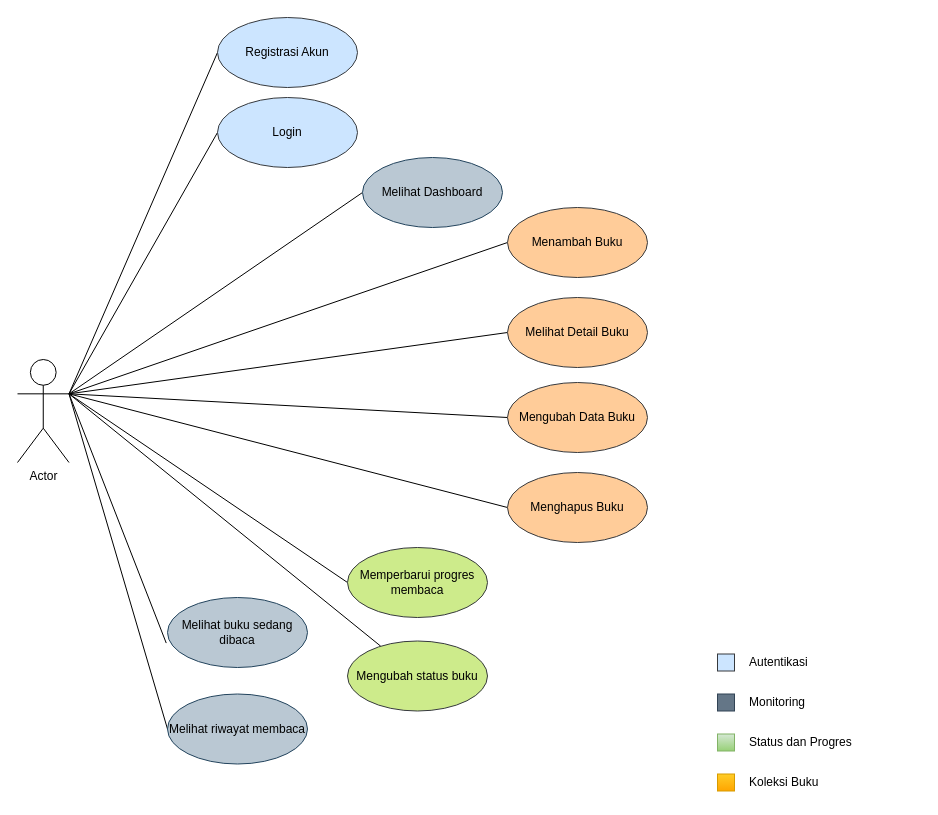
dandyramadhan/kel4_RPL_R7P keeps this draw.io diagram as UML/USECASE DIAGRAM/USECASE DIAGRAM.drawio. Above is the earlier version. Source tidied: cells renumbered, new cells numbered last; positions are measured from the earlier drawing's top-left corner, leaving out a move shared by most shapes. Both pictures are drawn from the tidied source at 100%, with x=0, y=0 at pixel (17, 17).
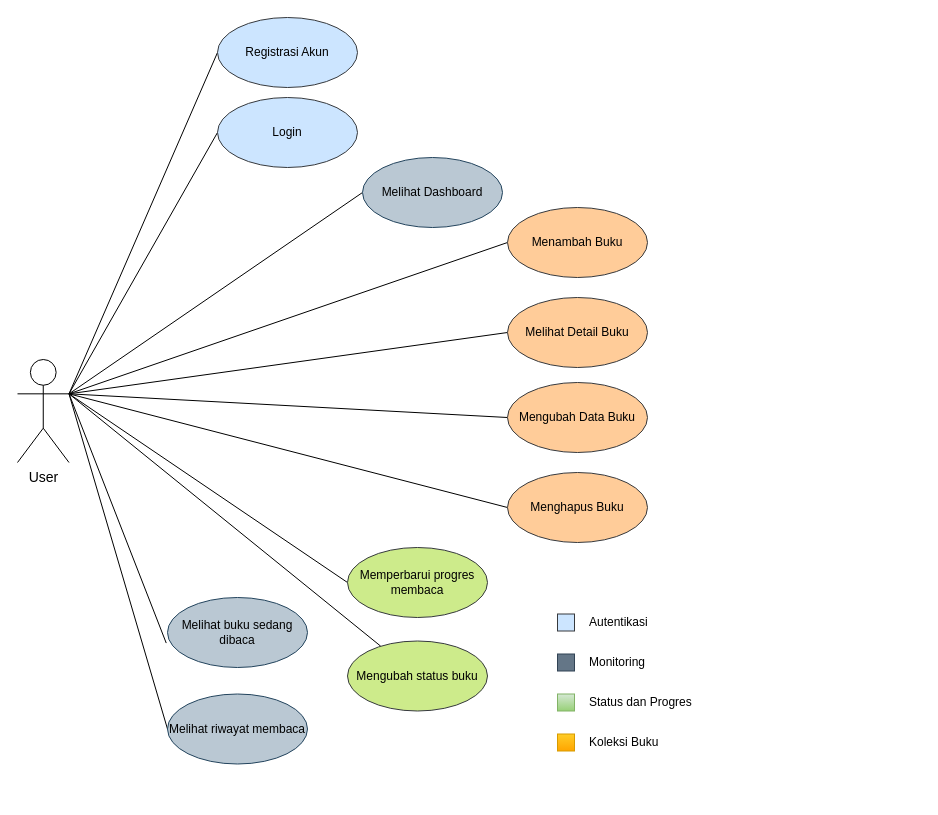
After the change.

Commit message (it also covers changes not shown here):
add Class Diagram, update Usecase Diagram

Diff of the diagram source:
```diff
@@
-    <mxCell id="12" value="Actor" style="shape=umlActor;verticalLabelPosition=bottom;verticalAlign=top;html=1;outlineConnect=0;" parent="1" vertex="1">
+    <mxCell id="12" value="&lt;font style=&quot;font-size: 14px;&quot;&gt;User&lt;/font&gt;" style="shape=umlActor;verticalLabelPosition=bottom;verticalAlign=top;html=1;outlineConnect=0;" parent="1" vertex="1">
       <mxGeometry y="342" width="51.5" height="103" as="geometry" />
     </mxCell>
@@
     <mxCell id="25" style="whiteSpace=wrap;html=1;fillColor=#cce5ff;strokeColor=#36393d;" parent="1" vertex="1">
-      <mxGeometry x="700" y="636.5" width="17" height="17" as="geometry" />
+      <mxGeometry x="540" y="596.5" width="17" height="17" as="geometry" />
     </mxCell>
     <mxCell id="26" style="whiteSpace=wrap;html=1;fillColor=#647687;strokeColor=#314354;fontColor=#ffffff;" parent="1" vertex="1">
-      <mxGeometry x="700" y="676.5" width="17" height="17" as="geometry" />
+      <mxGeometry x="540" y="636.5" width="17" height="17" as="geometry" />
     </mxCell>
     <mxCell id="27" style="whiteSpace=wrap;html=1;fillColor=#d5e8d4;strokeColor=#82b366;gradientColor=#97d077;" parent="1" vertex="1">
-      <mxGeometry x="700" y="716.5" width="17" height="17" as="geometry" />
+      <mxGeometry x="540" y="676.5" width="17" height="17" as="geometry" />
     </mxCell>
     <mxCell id="28" style="whiteSpace=wrap;html=1;fillColor=#ffcd28;gradientColor=#ffa500;strokeColor=#d79b00;" parent="1" vertex="1">
-      <mxGeometry x="700" y="756.5" width="17" height="17" as="geometry" />
+      <mxGeometry x="540" y="716.5" width="17" height="17" as="geometry" />
     </mxCell>
     <mxCell id="29" value="Autentikasi" style="text;html=1;whiteSpace=wrap;strokeColor=none;fillColor=none;align=left;verticalAlign=middle;rounded=0;" parent="1" vertex="1">
-      <mxGeometry x="730" y="630" width="173" height="30" as="geometry" />
+      <mxGeometry x="570" y="590" width="173" height="30" as="geometry" />
     </mxCell>
     <mxCell id="30" value="Monitoring" style="text;html=1;whiteSpace=wrap;strokeColor=none;fillColor=none;align=left;verticalAlign=middle;rounded=0;" parent="1" vertex="1">
-      <mxGeometry x="730" y="670" width="173" height="30" as="geometry" />
+      <mxGeometry x="570" y="630" width="173" height="30" as="geometry" />
     </mxCell>
     <mxCell id="31" value="Status dan Progres" style="text;html=1;whiteSpace=wrap;strokeColor=none;fillColor=none;align=left;verticalAlign=middle;rounded=0;" parent="1" vertex="1">
-      <mxGeometry x="730" y="710" width="173" height="30" as="geometry" />
+      <mxGeometry x="570" y="670" width="173" height="30" as="geometry" />
     </mxCell>
     <mxCell id="32" value="Koleksi Buku" style="text;html=1;whiteSpace=wrap;strokeColor=none;fillColor=none;align=left;verticalAlign=middle;rounded=0;" parent="1" vertex="1">
-      <mxGeometry x="730" y="750" width="173" height="30" as="geometry" />
+      <mxGeometry x="570" y="710" width="173" height="30" as="geometry" />
     </mxCell>
```
